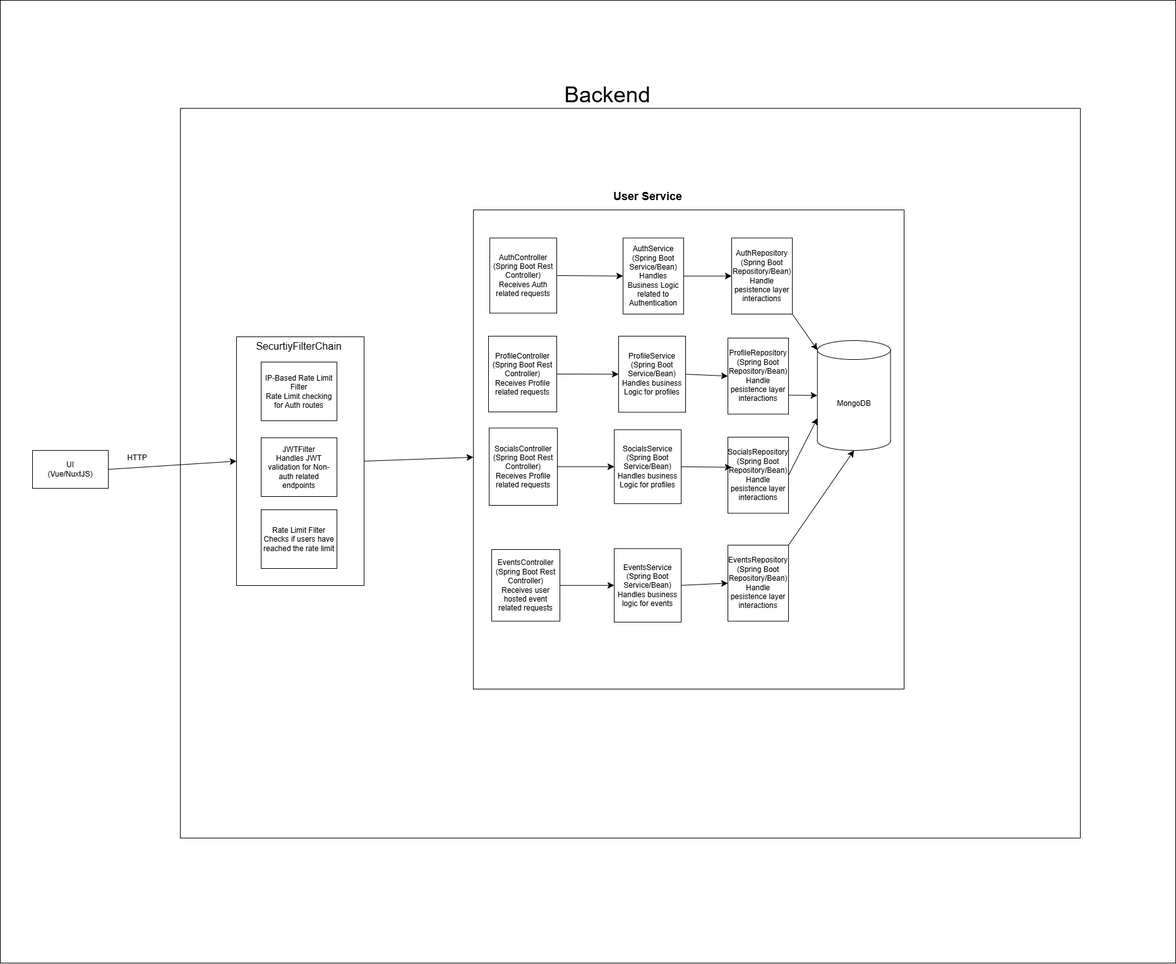
This is docs/diagrams/User_Service_Architecture_Diagram.png from COS301-SE-2026/Boardwise, a draw.io export, as it was before one commit. Source tidied: cells renumbered, new cells last; positions are measured from the earlier drawing's top-left corner, leaving out a move shared by most shapes.
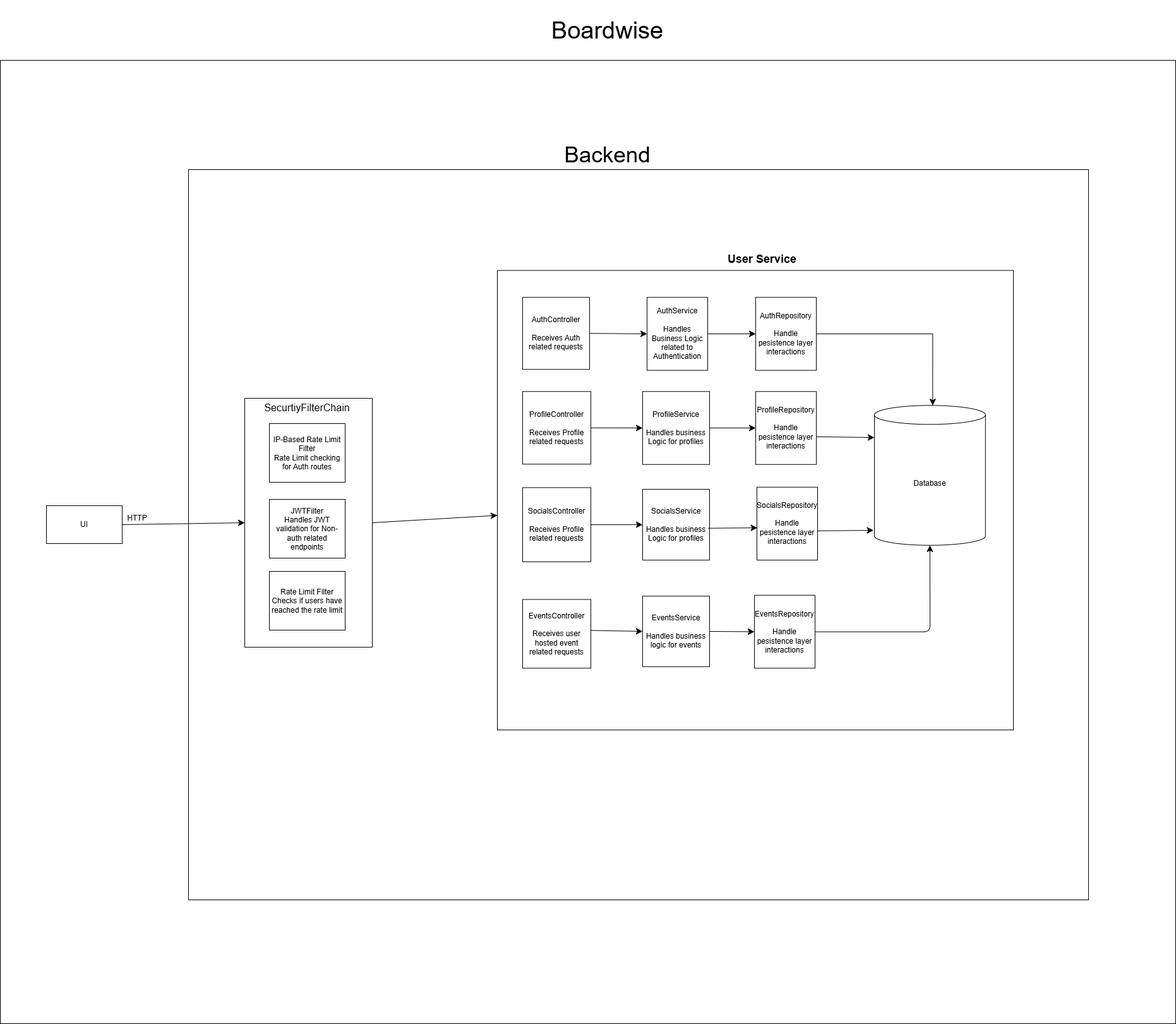
The same file after the commit.

Commit message:
Removed technologies and fixed intruding arrows

Diff of the diagram source:
```diff
@@ -5,14 +5,14 @@
     <mxCell id="2" style="rounded=0;whiteSpace=wrap;html=1;" parent="1" vertex="1">
       <mxGeometry width="1861" height="1525" as="geometry" />
     </mxCell>
-    <mxCell id="3" value="UI&lt;div&gt;(Vue/NuxtJS)&lt;/div&gt;" style="rounded=0;whiteSpace=wrap;html=1;" parent="1" vertex="1">
-      <mxGeometry x="51" y="713" width="120" height="60" as="geometry" />
+    <mxCell id="3" value="UI" style="rounded=0;whiteSpace=wrap;html=1;" parent="1" vertex="1">
+      <mxGeometry x="73" y="705" width="120" height="60" as="geometry" />
     </mxCell>
     <mxCell id="4" value="HTTP" style="text;html=1;whiteSpace=wrap;strokeColor=none;fillColor=none;align=center;verticalAlign=middle;rounded=0;" parent="1" vertex="1">
       <mxGeometry x="197" y="713" width="40" height="23" as="geometry" />
     </mxCell>
     <mxCell id="5" style="group;" parent="1" vertex="1">
-      <mxGeometry x="285" y="171" width="1425" height="1156" as="geometry" />
+      <mxGeometry x="298" y="173" width="1425" height="1156" as="geometry" />
     </mxCell>
     <mxCell id="6" style="rounded=0;whiteSpace=wrap;html=1;" parent="5" vertex="1">
       <mxGeometry width="1425" height="1156" as="geometry" />
@@ -20,43 +20,57 @@
     <mxCell id="7" value="&lt;span style=&quot;color: rgba(0, 0, 0, 0); font-family: monospace; font-size: 0px; text-align: start; white-space: nowrap;&quot;&gt;%3CmxGraphModel%3E%3Croot%3E%3CmxCell%20id%3D%220%22%2F%3E%3CmxCell%20id%3D%221%22%20parent%3D%220%22%2F%3E%3CmxCell%20id%3D%222%22%20parent%3D%221%22%20style%3D%22rounded%3D0%3BwhiteSpace%3Dwrap%3Bhtml%3D1%3B%22%20value%3D%22Rate%20Limit%20Filter%26lt%3Bdiv%26gt%3BChecks%20if%20users%20have%20reached%20the%20rate%20limit%26lt%3B%2Fdiv%26gt%3B%22%20vertex%3D%221%22%3E%3CmxGeometry%20height%3D%2293%22%20width%3D%22120%22%20x%3D%22-289%22%20y%3D%22-81%22%20as%3D%22geometry%22%2F%3E%3C%2FmxCell%3E%3C%2Froot%3E%3C%2FmxGraphModel%3E&lt;/span&gt;" style="rounded=0;whiteSpace=wrap;html=1;" parent="5" vertex="1">
       <mxGeometry x="89" y="362" width="202" height="394" as="geometry" />
     </mxCell>
+    <mxCell id="36" value="JWTFilter&lt;div&gt;Handles JWT validation for Non-auth related endpoints&lt;/div&gt;" style="rounded=0;whiteSpace=wrap;html=1;" parent="5" vertex="1">
+      <mxGeometry x="128" y="522" width="120" height="93" as="geometry" />
+    </mxCell>
+    <mxCell id="37" value="Rate Limit Filter&lt;div&gt;Checks if users have reached the rate limit&lt;/div&gt;" style="rounded=0;whiteSpace=wrap;html=1;" parent="5" vertex="1">
+      <mxGeometry x="128" y="636" width="120" height="93" as="geometry" />
+    </mxCell>
+    <mxCell id="38" value="IP-Based Rate Limit Filter&lt;div&gt;Rate Limit checking for Auth routes&lt;/div&gt;" style="rounded=0;whiteSpace=wrap;html=1;" parent="5" vertex="1">
+      <mxGeometry x="128" y="402" width="120" height="93" as="geometry" />
+    </mxCell>
+    <mxCell id="39" value="&lt;font style=&quot;font-size: 16px;&quot;&gt;SecurtiyFilterChain&lt;/font&gt;" style="text;html=1;whiteSpace=wrap;strokeColor=none;fillColor=none;align=center;verticalAlign=middle;rounded=0;" parent="5" vertex="1">
+      <mxGeometry x="129" y="362" width="118" height="30" as="geometry" />
+    </mxCell>
+    <mxCell id="40" style="endArrow=classic;html=1;rounded=1;fontSize=12;startSize=8;endSize=8;curved=1;exitX=1;exitY=0.5;exitDx=0;exitDy=0;" parent="5" edge="1" source="7" target="9">
+      <mxGeometry relative="1" as="geometry" />
+    </mxCell>
+    <mxCell id="43" style="group;" parent="5" vertex="1">
+      <mxGeometry x="489" y="127" width="817" height="760" as="geometry" />
+    </mxCell>
-    <mxCell id="8" style="group;" parent="5" vertex="1">
-      <mxGeometry x="464" y="127" width="682" height="793" as="geometry" />
+    <mxCell id="8" style="group;" parent="43" vertex="1">
+      <mxGeometry width="817" height="760" as="geometry" />
     </mxCell>
     <mxCell id="9" style="rounded=0;whiteSpace=wrap;html=1;" parent="8" vertex="1">
-      <mxGeometry y="34" width="682" height="759" as="geometry" />
+      <mxGeometry y="32.6" width="817" height="727.4" as="geometry" />
     </mxCell>
-    <mxCell id="10" value="&lt;font style=&quot;font-size: 18px;&quot;&gt;User Service&lt;/font&gt;" style="text;align=center;fontStyle=1;verticalAlign=middle;spacingLeft=3;spacingRight=3;strokeColor=none;html=1;" parent="8" vertex="1">
-      <mxGeometry x="190" width="172.2" height="26" as="geometry" />
-    </mxCell>
-    <mxCell id="11" value="MongoDB" style="shape=cylinder3;whiteSpace=wrap;html=1;boundedLbl=1;backgroundOutline=1;size=15;rounded=1;" parent="8" vertex="1">
-      <mxGeometry x="544.7" y="241" width="115.8" height="174" as="geometry" />
+    <mxCell id="11" value="Database" style="shape=cylinder3;whiteSpace=wrap;html=1;boundedLbl=1;backgroundOutline=1;size=15;rounded=1;" parent="8" vertex="1">
+      <mxGeometry x="597" y="246.3" width="175.8" height="221.4" as="geometry" />
     </mxCell>
-    <mxCell id="12" value="AuthController&lt;div&gt;(Spring Boot Rest Controller)&lt;/div&gt;&lt;div&gt;Receives Auth related requests&lt;/div&gt;" style="rounded=0;whiteSpace=wrap;html=1;" parent="8" vertex="1">
-      <mxGeometry x="26" y="78.5" width="106" height="119" as="geometry" />
+    <mxCell id="12" value="AuthController&lt;div&gt;&lt;br&gt;&lt;/div&gt;&lt;div&gt;Receives Auth related requests&lt;/div&gt;" style="rounded=0;whiteSpace=wrap;html=1;" parent="8" vertex="1">
+      <mxGeometry x="40" y="75.2" width="106" height="114" as="geometry" />
     </mxCell>
-    <mxCell id="13" value="AuthService&lt;div&gt;(Spring Boot Service/Bean)&lt;/div&gt;&lt;div&gt;Handles Business Logic related to Authentication&lt;/div&gt;" style="rounded=0;whiteSpace=wrap;html=1;" parent="8" vertex="1">
-      <mxGeometry x="237" y="78.5" width="96" height="120.5" as="geometry" />
+    <mxCell id="13" value="AuthService&lt;div&gt;&lt;br&gt;&lt;/div&gt;&lt;div&gt;Handles Business Logic related to Authentication&lt;/div&gt;" style="rounded=0;whiteSpace=wrap;html=1;" parent="8" vertex="1">
+      <mxGeometry x="237" y="75.2" width="96" height="115.5" as="geometry" />
     </mxCell>
-    <mxCell id="14" value="ProfileController&lt;div&gt;(Spring Boot Rest Controller)&lt;/div&gt;&lt;div&gt;Receives Profile related requests&lt;/div&gt;" style="rounded=0;whiteSpace=wrap;html=1;" parent="8" vertex="1">
-      <mxGeometry x="24" y="234" width="108" height="120" as="geometry" />
+    <mxCell id="14" value="ProfileController&lt;div&gt;&lt;br&gt;&lt;/div&gt;&lt;div&gt;Receives Profile related requests&lt;/div&gt;" style="rounded=0;whiteSpace=wrap;html=1;" parent="8" vertex="1">
+      <mxGeometry x="40" y="224.3" width="108" height="115" as="geometry" />
     </mxCell>
-    <mxCell id="15" value="ProfileService&lt;div&gt;(Spring Boot Service/Bean)&lt;/div&gt;&lt;div&gt;Handles business Logic for profiles&lt;/div&gt;" style="rounded=0;whiteSpace=wrap;html=1;" parent="8" vertex="1">
-      <mxGeometry x="230" y="234" width="106" height="120.5" as="geometry" />
+    <mxCell id="15" value="ProfileService&lt;div&gt;&lt;br&gt;&lt;/div&gt;&lt;div&gt;Handles business Logic for profiles&lt;/div&gt;" style="rounded=0;whiteSpace=wrap;html=1;" parent="8" vertex="1">
+      <mxGeometry x="230" y="224.3" width="106" height="115.5" as="geometry" />
     </mxCell>
-    <mxCell id="16" value="EventsController&lt;div&gt;(Spring Boot Rest Controller)&lt;/div&gt;&lt;div&gt;Receives user hosted event related requests&lt;/div&gt;" style="rounded=0;whiteSpace=wrap;html=1;" parent="8" vertex="1">
-      <mxGeometry x="29" y="572" width="108" height="113.5" as="geometry" />
+    <mxCell id="16" value="EventsController&lt;div&gt;&lt;br&gt;&lt;/div&gt;&lt;div&gt;Receives user hosted event related requests&lt;/div&gt;" style="rounded=0;whiteSpace=wrap;html=1;" parent="8" vertex="1">
+      <mxGeometry x="40" y="553.5" width="108" height="108.8" as="geometry" />
     </mxCell>
-    <mxCell id="17" value="EventsService&lt;div&gt;(Spring Boot Service/Bean)&lt;/div&gt;&lt;div&gt;Handles business logic for events&lt;/div&gt;" style="rounded=0;whiteSpace=wrap;html=1;" parent="8" vertex="1">
-      <mxGeometry x="223" y="570.5" width="106" height="116.5" as="geometry" />
+    <mxCell id="17" value="EventsService&lt;div&gt;&lt;br&gt;&lt;/div&gt;&lt;div&gt;Handles business logic for events&lt;/div&gt;" style="rounded=0;whiteSpace=wrap;html=1;" parent="8" vertex="1">
+      <mxGeometry x="229.9" y="548.2" width="106" height="111.7" as="geometry" />
     </mxCell>
-    <mxCell id="18" style="endArrow=classic;html=1;rounded=1;fontSize=12;startSize=8;endSize=8;curved=1;exitX=1;exitY=1;exitDx=0;exitDy=0;entryX=0;entryY=0;entryDx=0;entryDy=15;entryPerimeter=0;" parent="8" edge="1" source="28" target="11">
-      <mxGeometry relative="1" as="geometry" />
-    </mxCell>
-    <mxCell id="19" style="endArrow=classic;html=1;rounded=1;fontSize=12;startSize=8;endSize=8;curved=1;exitX=1;exitY=0.75;exitDx=0;exitDy=0;entryX=0;entryY=0.5;entryDx=0;entryDy=0;entryPerimeter=0;" parent="8" edge="1" source="29" target="11">
-      <mxGeometry relative="1" as="geometry" />
+    <mxCell id="19" style="endArrow=classic;html=1;rounded=1;fontSize=12;startSize=8;endSize=8;curved=1;exitX=0.982;exitY=0.62;exitDx=0;exitDy=0;exitPerimeter=0;" parent="8" edge="1" source="29">
+      <mxGeometry relative="1" as="geometry">
+        <mxPoint x="597" y="297.1" as="targetPoint" />
+      </mxGeometry>
     </mxCell>
-    <mxCell id="20" style="endArrow=classic;html=1;rounded=1;fontSize=12;startSize=8;endSize=8;curved=1;exitX=1;exitY=0;exitDx=0;exitDy=0;entryX=0.5;entryY=1;entryDx=0;entryDy=0;entryPerimeter=0;" parent="8" edge="1" source="30" target="11">
+    <mxCell id="20" style="endArrow=classic;html=1;rounded=1;fontSize=12;startSize=8;endSize=8;entryX=0.5;entryY=1;entryDx=0;entryDy=0;entryPerimeter=0;edgeStyle=orthogonalEdgeStyle;" parent="8" edge="1" source="30" target="11">
       <mxGeometry relative="1" as="geometry" />
     </mxCell>
     <mxCell id="21" style="endArrow=classic;html=1;rounded=1;fontSize=12;startSize=8;endSize=8;curved=1;exitX=1;exitY=0.5;exitDx=0;exitDy=0;entryX=0;entryY=0.5;entryDx=0;entryDy=0;" parent="8" edge="1" source="12" target="13">
@@ -65,32 +79,32 @@
     <mxCell id="22" style="endArrow=classic;html=1;rounded=1;fontSize=12;startSize=8;endSize=8;curved=1;exitX=1;exitY=0.5;exitDx=0;exitDy=0;entryX=0;entryY=0.5;entryDx=0;entryDy=0;" parent="8" edge="1" source="14" target="15">
       <mxGeometry relative="1" as="geometry" />
     </mxCell>
-    <mxCell id="23" style="endArrow=classic;html=1;rounded=1;fontSize=12;startSize=8;endSize=8;curved=1;exitX=1;exitY=0.5;exitDx=0;exitDy=0;entryX=0;entryY=0.5;entryDx=0;entryDy=0;" parent="8" edge="1" source="16" target="17">
+    <mxCell id="23" style="endArrow=classic;html=1;rounded=1;fontSize=12;startSize=8;endSize=8;curved=1;exitX=1;exitY=0.45;exitDx=0;exitDy=0;entryX=0;entryY=0.5;entryDx=0;entryDy=0;exitPerimeter=0;" parent="8" edge="1" source="16" target="17">
       <mxGeometry relative="1" as="geometry" />
     </mxCell>
-    <mxCell id="24" value="SocialsController&lt;div&gt;(Spring Boot Rest Controller)&lt;/div&gt;&lt;div&gt;Receives Profile related requests&lt;/div&gt;" style="rounded=0;whiteSpace=wrap;html=1;" parent="8" vertex="1">
-      <mxGeometry x="25" y="379.5" width="108" height="122.5" as="geometry" />
+    <mxCell id="24" value="SocialsController&lt;div&gt;&lt;br&gt;&lt;/div&gt;&lt;div&gt;Receives Profile related requests&lt;/div&gt;" style="rounded=0;whiteSpace=wrap;html=1;" parent="8" vertex="1">
+      <mxGeometry x="40" y="376.4" width="108" height="117.4" as="geometry" />
     </mxCell>
-    <mxCell id="25" value="SocialsService&lt;div&gt;(Spring Boot Service/Bean)&lt;/div&gt;&lt;div&gt;Handles business Logic for profiles&lt;/div&gt;" style="rounded=0;whiteSpace=wrap;html=1;" parent="8" vertex="1">
-      <mxGeometry x="223.1" y="382.2" width="106" height="117" as="geometry" />
+    <mxCell id="25" value="SocialsService&lt;div&gt;&lt;span style=&quot;background-color: transparent; color: light-dark(rgb(0, 0, 0), rgb(255, 255, 255));&quot;&gt;&lt;br&gt;&lt;/span&gt;&lt;/div&gt;&lt;div&gt;&lt;span style=&quot;background-color: transparent; color: light-dark(rgb(0, 0, 0), rgb(255, 255, 255));&quot;&gt;Handles business Logic for profiles&lt;/span&gt;&lt;/div&gt;" style="rounded=0;whiteSpace=wrap;html=1;" parent="8" vertex="1">
+      <mxGeometry x="230" y="379" width="106" height="112.1" as="geometry" />
     </mxCell>
     <mxCell id="26" style="endArrow=classic;html=1;rounded=1;fontSize=12;startSize=8;endSize=8;curved=1;exitX=1;exitY=0.5;exitDx=0;exitDy=0;entryX=0;entryY=0.5;entryDx=0;entryDy=0;" parent="8" edge="1" source="24" target="25">
       <mxGeometry relative="1" as="geometry" />
     </mxCell>
-    <mxCell id="27" style="endArrow=classic;html=1;rounded=1;fontSize=12;startSize=8;endSize=8;curved=1;exitX=1;exitY=0.5;exitDx=0;exitDy=0;entryX=0;entryY=0;entryDx=0;entryDy=123;entryPerimeter=0;" parent="8" edge="1" source="31" target="11">
+    <mxCell id="27" style="endArrow=classic;html=1;rounded=1;fontSize=12;startSize=8;endSize=8;curved=1;exitX=0.985;exitY=0.599;exitDx=0;exitDy=0;entryX=-0.008;entryY=0.893;entryDx=0;entryDy=0;entryPerimeter=0;exitPerimeter=0;" parent="8" edge="1" source="31" target="11">
       <mxGeometry relative="1" as="geometry" />
     </mxCell>
-    <mxCell id="28" value="AuthRepository&lt;div&gt;(Spring Boot Repository/Bean)&lt;/div&gt;&lt;div&gt;Handle pesistence layer interactions&lt;/div&gt;" style="rounded=0;whiteSpace=wrap;html=1;" parent="8" vertex="1">
-      <mxGeometry x="409" y="78.5" width="96" height="120.5" as="geometry" />
+    <mxCell id="28" value="AuthRepository&lt;div&gt;&lt;br&gt;&lt;/div&gt;&lt;div&gt;Handle pesistence layer interactions&lt;/div&gt;" style="rounded=0;whiteSpace=wrap;html=1;" parent="8" vertex="1">
+      <mxGeometry x="409" y="75.2" width="96" height="115.5" as="geometry" />
     </mxCell>
-    <mxCell id="29" value="ProfileRepository&lt;div&gt;(Spring Boot Repository/Bean)&lt;/div&gt;&lt;div&gt;Handle pesistence layer interactions&lt;/div&gt;" style="rounded=0;whiteSpace=wrap;html=1;" parent="8" vertex="1">
-      <mxGeometry x="403" y="237" width="96" height="120.5" as="geometry" />
+    <mxCell id="29" value="ProfileRepository&lt;div&gt;&lt;br&gt;&lt;/div&gt;&lt;div&gt;Handle pesistence layer interactions&lt;/div&gt;" style="rounded=0;whiteSpace=wrap;html=1;" parent="8" vertex="1">
+      <mxGeometry x="409" y="224.3" width="96" height="115.5" as="geometry" />
     </mxCell>
-    <mxCell id="30" value="EventsRepository&lt;div&gt;(Spring Boot Repository/Bean)&lt;/div&gt;&lt;div&gt;Handle pesistence layer interactions&lt;/div&gt;" style="rounded=0;whiteSpace=wrap;html=1;" parent="8" vertex="1">
-      <mxGeometry x="403" y="565" width="96" height="120.5" as="geometry" />
+    <mxCell id="30" value="EventsRepository&lt;div&gt;&lt;br&gt;&lt;/div&gt;&lt;div&gt;Handle pesistence layer interactions&lt;/div&gt;" style="rounded=0;whiteSpace=wrap;html=1;" parent="8" vertex="1">
+      <mxGeometry x="407" y="546.8" width="96" height="115.5" as="geometry" />
     </mxCell>
-    <mxCell id="31" value="SocialsRepository&lt;div&gt;(Spring Boot Repository/Bean)&lt;/div&gt;&lt;div&gt;Handle pesistence layer interactions&lt;/div&gt;" style="rounded=0;whiteSpace=wrap;html=1;" parent="8" vertex="1">
-      <mxGeometry x="403" y="394" width="96" height="120.5" as="geometry" />
+    <mxCell id="31" value="SocialsRepository&lt;div&gt;&lt;br&gt;&lt;/div&gt;&lt;div&gt;Handle pesistence layer interactions&lt;/div&gt;" style="rounded=0;whiteSpace=wrap;html=1;" parent="8" vertex="1">
+      <mxGeometry x="411" y="375.7" width="96" height="115.5" as="geometry" />
     </mxCell>
     <mxCell id="32" style="endArrow=classic;html=1;rounded=1;fontSize=12;startSize=8;endSize=8;curved=1;exitX=1;exitY=0.5;exitDx=0;exitDy=0;entryX=0;entryY=0.5;entryDx=0;entryDy=0;" parent="8" edge="1" source="13" target="28">
       <mxGeometry relative="1" as="geometry" />
@@ -98,32 +112,26 @@
     <mxCell id="33" style="endArrow=classic;html=1;rounded=1;fontSize=12;startSize=8;endSize=8;curved=1;exitX=1;exitY=0.5;exitDx=0;exitDy=0;entryX=0;entryY=0.5;entryDx=0;entryDy=0;" parent="8" edge="1" source="15" target="29">
       <mxGeometry relative="1" as="geometry" />
     </mxCell>
-    <mxCell id="34" style="endArrow=classic;html=1;rounded=1;fontSize=12;startSize=8;endSize=8;curved=1;exitX=1;exitY=0.5;exitDx=0;exitDy=0;entryX=0.062;entryY=0.396;entryDx=0;entryDy=0;entryPerimeter=0;" parent="8" edge="1" source="25" target="31">
+    <mxCell id="34" style="endArrow=classic;html=1;rounded=1;fontSize=12;startSize=8;endSize=8;curved=1;exitX=0.982;exitY=0.55;exitDx=0;exitDy=0;entryX=0.007;entryY=0.557;entryDx=0;entryDy=0;entryPerimeter=0;exitPerimeter=0;" parent="8" edge="1" source="25" target="31">
       <mxGeometry relative="1" as="geometry" />
     </mxCell>
     <mxCell id="35" style="endArrow=classic;html=1;rounded=1;fontSize=12;startSize=8;endSize=8;curved=1;exitX=1;exitY=0.5;exitDx=0;exitDy=0;entryX=0;entryY=0.5;entryDx=0;entryDy=0;" parent="8" edge="1" source="17" target="30">
       <mxGeometry relative="1" as="geometry" />
     </mxCell>
-    <mxCell id="36" value="JWTFilter&lt;div&gt;Handles JWT validation for Non-auth related endpoints&lt;/div&gt;" style="rounded=0;whiteSpace=wrap;html=1;" parent="5" vertex="1">
-      <mxGeometry x="128" y="522" width="120" height="93" as="geometry" />
-    </mxCell>
-    <mxCell id="37" value="Rate Limit Filter&lt;div&gt;Checks if users have reached the rate limit&lt;/div&gt;" style="rounded=0;whiteSpace=wrap;html=1;" parent="5" vertex="1">
-      <mxGeometry x="128" y="636" width="120" height="93" as="geometry" />
-    </mxCell>
-    <mxCell id="38" value="IP-Based Rate Limit Filter&lt;div&gt;Rate Limit checking for Auth routes&lt;/div&gt;" style="rounded=0;whiteSpace=wrap;html=1;" parent="5" vertex="1">
-      <mxGeometry x="128" y="402" width="120" height="93" as="geometry" />
-    </mxCell>
-    <mxCell id="39" value="&lt;font style=&quot;font-size: 16px;&quot;&gt;SecurtiyFilterChain&lt;/font&gt;" style="text;html=1;whiteSpace=wrap;strokeColor=none;fillColor=none;align=center;verticalAlign=middle;rounded=0;" parent="5" vertex="1">
-      <mxGeometry x="129" y="362" width="118" height="30" as="geometry" />
-    </mxCell>
-    <mxCell id="40" style="endArrow=classic;html=1;rounded=1;fontSize=12;startSize=8;endSize=8;curved=1;exitX=1;exitY=0.5;exitDx=0;exitDy=0;" parent="5" edge="1" source="7" target="9">
-      <mxGeometry relative="1" as="geometry" />
-    </mxCell>
+    <mxCell id="18" style="endArrow=classic;html=1;rounded=0;fontSize=12;startSize=8;endSize=8;exitX=1;exitY=0.5;exitDx=0;exitDy=0;entryX=0.525;entryY=0;entryDx=0;entryDy=0;entryPerimeter=0;edgeStyle=orthogonalEdgeStyle;" parent="8" edge="1" source="28" target="11">
+      <mxGeometry relative="1" as="geometry" />
+    </mxCell>
+    <mxCell id="10" value="&lt;font style=&quot;font-size: 18px;&quot;&gt;User Service&lt;/font&gt;" style="text;align=center;fontStyle=1;verticalAlign=middle;spacingLeft=3;spacingRight=3;strokeColor=none;html=1;" parent="43" vertex="1">
+      <mxGeometry x="333" y="3" width="172.2" height="24.9" as="geometry" />
+    </mxCell>
     <mxCell id="41" style="endArrow=classic;html=1;rounded=1;fontSize=12;startSize=8;endSize=8;curved=1;exitX=1;exitY=0.5;exitDx=0;exitDy=0;entryX=0;entryY=0.5;entryDx=0;entryDy=0;" parent="1" edge="1" source="3" target="7">
       <mxGeometry relative="1" as="geometry" />
     </mxCell>
     <mxCell id="42" value="Backend" style="text;html=1;whiteSpace=wrap;strokeColor=none;fillColor=none;align=center;verticalAlign=middle;rounded=0;fontSize=35;" parent="1" vertex="1">
       <mxGeometry x="834" y="120" width="255" height="58" as="geometry" />
     </mxCell>
+    <mxCell id="44" value="&lt;font style=&quot;font-size: 38px;&quot;&gt;Boardwise&lt;/font&gt;" style="text;html=1;whiteSpace=wrap;strokeColor=none;fillColor=none;align=center;verticalAlign=middle;rounded=0;" parent="1" vertex="1">
+      <mxGeometry x="845" y="-95" width="233" height="95" as="geometry" />
+    </mxCell>
   </root>
 </mxGraphModel>
```
